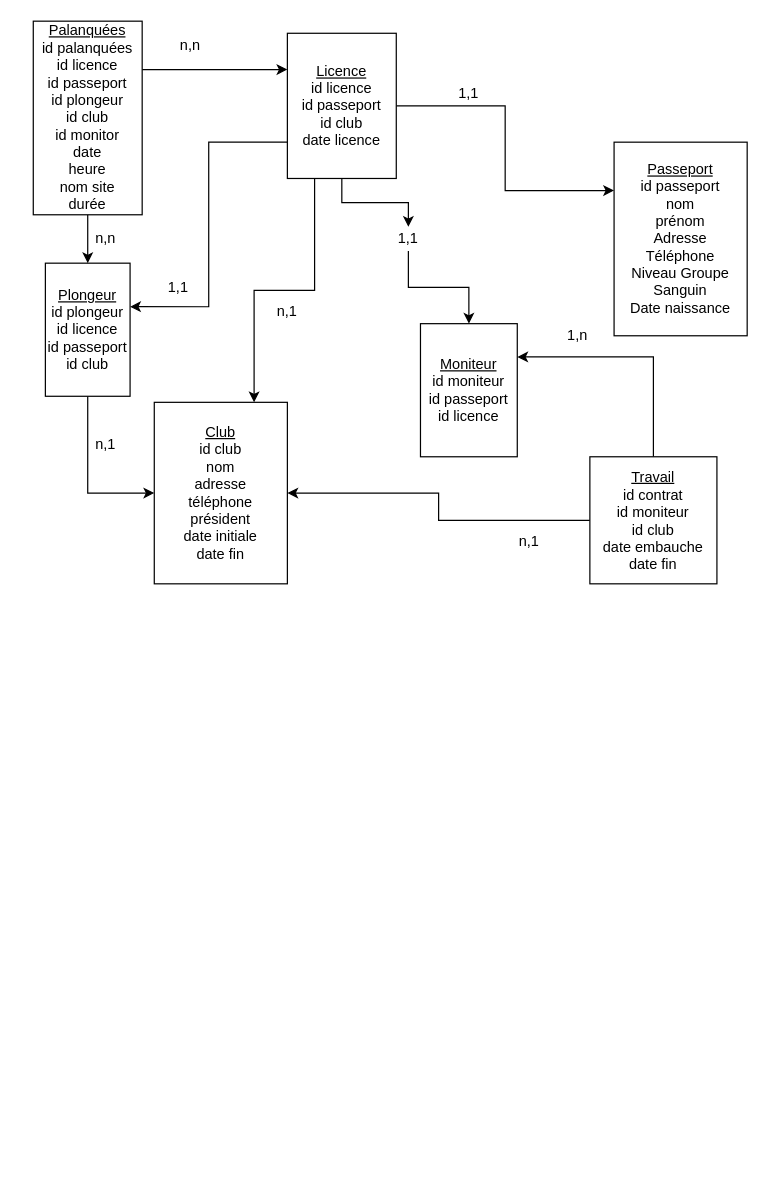
Earlier version of the draw.io diagram Untitled Diagram.drawio (gerrillari/shifumi). Source tidied: cells renumbered, new cells numbered last; positions are measured from the earlier drawing's top-left corner, leaving out a move shared by most shapes. Both pictures are drawn from the tidied source at 121%, with x=0, y=0 at pixel (33, 21).
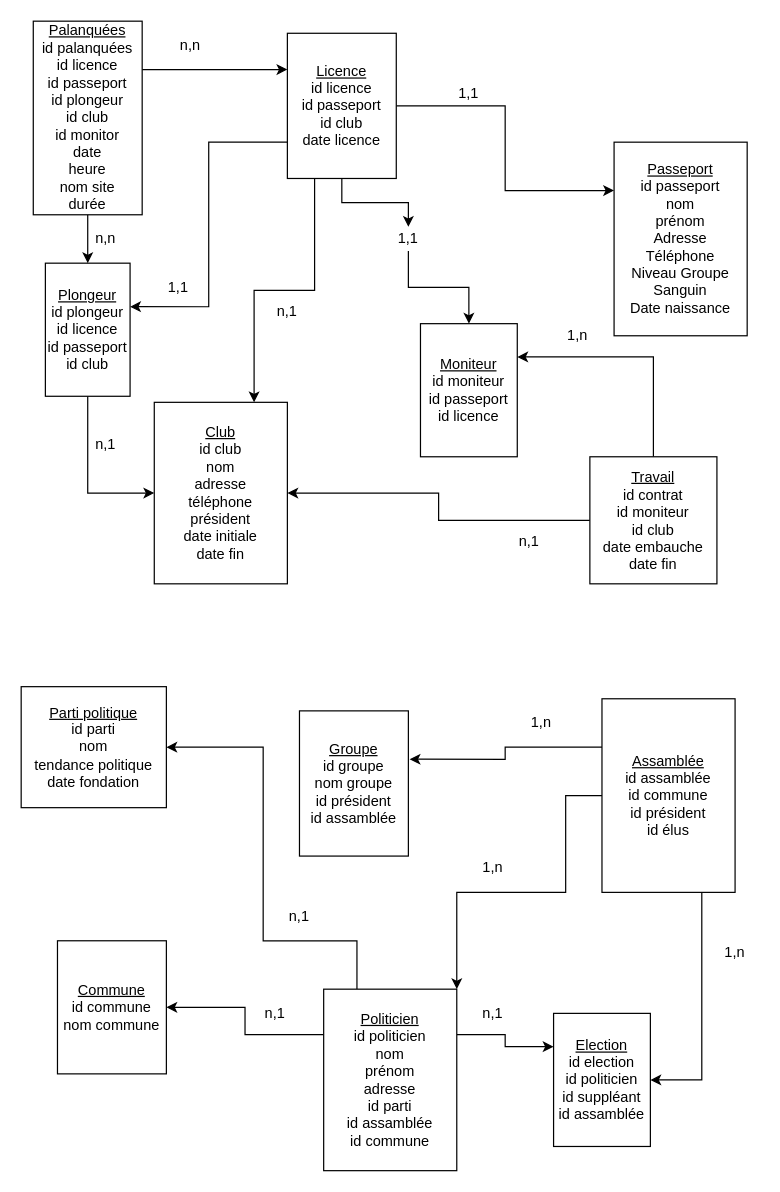
The same page after the edit.

Commit message:
ajout politique

What changed in the source:
```diff
@@
+    <mxCell id="28" value="&lt;u&gt;Groupe&lt;/u&gt;&lt;br&gt;id groupe&lt;br&gt;nom groupe&lt;br&gt;id président&lt;br&gt;id assamblée" style="rounded=0;whiteSpace=wrap;html=1;" parent="1" vertex="1">
+      <mxGeometry x="220" y="570" width="90" height="120" as="geometry" />
+    </mxCell>
+    <mxCell id="29" style="edgeStyle=orthogonalEdgeStyle;rounded=0;jettySize=auto;html=1;exitX=0;exitY=0.25;exitDx=0;exitDy=0;entryX=1.011;entryY=0.333;entryDx=0;entryDy=0;entryPerimeter=0;" parent="1" edge="1" source="32" target="28">
+      <mxGeometry relative="1" as="geometry" />
+    </mxCell>
+    <mxCell id="30" style="edgeStyle=orthogonalEdgeStyle;rounded=0;jettySize=auto;html=1;exitX=0;exitY=0.5;exitDx=0;exitDy=0;entryX=1;entryY=0;entryDx=0;entryDy=0;" parent="1" edge="1" source="32" target="36">
+      <mxGeometry relative="1" as="geometry">
+        <Array as="points">
+          <mxPoint x="440" y="640" />
+          <mxPoint x="440" y="720" />
+          <mxPoint x="350" y="720" />
+        </Array>
+      </mxGeometry>
+    </mxCell>
+    <mxCell id="31" style="edgeStyle=orthogonalEdgeStyle;rounded=0;jettySize=auto;html=1;exitX=0.75;exitY=1;exitDx=0;exitDy=0;entryX=1;entryY=0.5;entryDx=0;entryDy=0;" parent="1" edge="1" source="32" target="37">
+      <mxGeometry relative="1" as="geometry" />
+    </mxCell>
+    <mxCell id="32" value="&lt;u&gt;Assamblée&lt;/u&gt;&lt;br&gt;id assamblée&lt;br&gt;id commune&lt;br&gt;id président&lt;br&gt;id élus" style="rounded=0;whiteSpace=wrap;html=1;" parent="1" vertex="1">
+      <mxGeometry x="470" y="560" width="110" height="160" as="geometry" />
+    </mxCell>
+    <mxCell id="33" style="edgeStyle=orthogonalEdgeStyle;rounded=0;jettySize=auto;html=1;exitX=0.25;exitY=0;exitDx=0;exitDy=0;entryX=1;entryY=0.5;entryDx=0;entryDy=0;" parent="1" edge="1" source="36" target="39">
+      <mxGeometry relative="1" as="geometry">
+        <Array as="points">
+          <mxPoint x="268" y="760" />
+          <mxPoint x="190" y="760" />
+          <mxPoint x="190" y="600" />
+        </Array>
+      </mxGeometry>
+    </mxCell>
+    <mxCell id="34" style="edgeStyle=orthogonalEdgeStyle;rounded=0;jettySize=auto;html=1;exitX=0;exitY=0.25;exitDx=0;exitDy=0;entryX=1;entryY=0.5;entryDx=0;entryDy=0;" parent="1" edge="1" source="36" target="38">
+      <mxGeometry relative="1" as="geometry" />
+    </mxCell>
+    <mxCell id="35" style="edgeStyle=orthogonalEdgeStyle;rounded=0;jettySize=auto;html=1;exitX=1;exitY=0.25;exitDx=0;exitDy=0;entryX=0;entryY=0.25;entryDx=0;entryDy=0;" parent="1" edge="1" source="36" target="37">
+      <mxGeometry relative="1" as="geometry" />
+    </mxCell>
+    <mxCell id="36" value="&lt;u&gt;Politicien&lt;/u&gt;&lt;br&gt;id politicien&lt;br&gt;nom&lt;br&gt;prénom&lt;br&gt;adresse&lt;br&gt;id parti&lt;br&gt;id assamblée&lt;br&gt;id commune" style="rounded=0;whiteSpace=wrap;html=1;" parent="1" vertex="1">
+      <mxGeometry x="240" y="800" width="110" height="150" as="geometry" />
+    </mxCell>
+    <mxCell id="37" value="&lt;u&gt;Election&lt;/u&gt;&lt;br&gt;id election&lt;br&gt;id politicien&lt;br&gt;id suppléant&lt;br&gt;id assamblée" style="rounded=0;whiteSpace=wrap;html=1;" parent="1" vertex="1">
+      <mxGeometry x="430" y="820" width="80" height="110" as="geometry" />
+    </mxCell>
+    <mxCell id="38" value="&lt;u&gt;Commune&lt;/u&gt;&lt;br&gt;id commune&lt;br&gt;nom commune" style="rounded=0;whiteSpace=wrap;html=1;" parent="1" vertex="1">
+      <mxGeometry x="20" y="760" width="90" height="110" as="geometry" />
+    </mxCell>
+    <mxCell id="39" value="&lt;u&gt;Parti politique&lt;br&gt;&lt;/u&gt;id parti&lt;br&gt;nom&lt;br&gt;tendance politique&lt;br&gt;date fondation" style="rounded=0;whiteSpace=wrap;html=1;" parent="1" vertex="1">
+      <mxGeometry x="-10" y="550" width="120" height="100" as="geometry" />
+    </mxCell>
+    <mxCell id="40" value="1,n" style="text;html=1;strokeColor=none;fillColor=none;align=center;verticalAlign=middle;whiteSpace=wrap;rounded=0;" parent="1" vertex="1">
+      <mxGeometry x="400" y="570" width="40" height="20" as="geometry" />
+    </mxCell>
+    <mxCell id="41" value="1,n" style="text;html=1;strokeColor=none;fillColor=none;align=center;verticalAlign=middle;whiteSpace=wrap;rounded=0;" parent="1" vertex="1">
+      <mxGeometry x="360" y="690" width="40" height="20" as="geometry" />
+    </mxCell>
+    <mxCell id="42" value="1,n" style="text;html=1;strokeColor=none;fillColor=none;align=center;verticalAlign=middle;whiteSpace=wrap;rounded=0;" parent="1" vertex="1">
+      <mxGeometry x="560" y="760" width="40" height="20" as="geometry" />
+    </mxCell>
+    <mxCell id="43" value="n,1" style="text;html=1;strokeColor=none;fillColor=none;align=center;verticalAlign=middle;whiteSpace=wrap;rounded=0;" parent="1" vertex="1">
+      <mxGeometry x="360" y="810" width="40" height="20" as="geometry" />
+    </mxCell>
+    <mxCell id="44" value="n,1" style="text;html=1;strokeColor=none;fillColor=none;align=center;verticalAlign=middle;whiteSpace=wrap;rounded=0;" parent="1" vertex="1">
+      <mxGeometry x="200" y="730" width="40" height="20" as="geometry" />
+    </mxCell>
+    <mxCell id="45" value="n,1" style="text;html=1;strokeColor=none;fillColor=none;align=center;verticalAlign=middle;whiteSpace=wrap;rounded=0;" parent="1" vertex="1">
+      <mxGeometry x="180" y="810" width="40" height="20" as="geometry" />
+    </mxCell>
```
